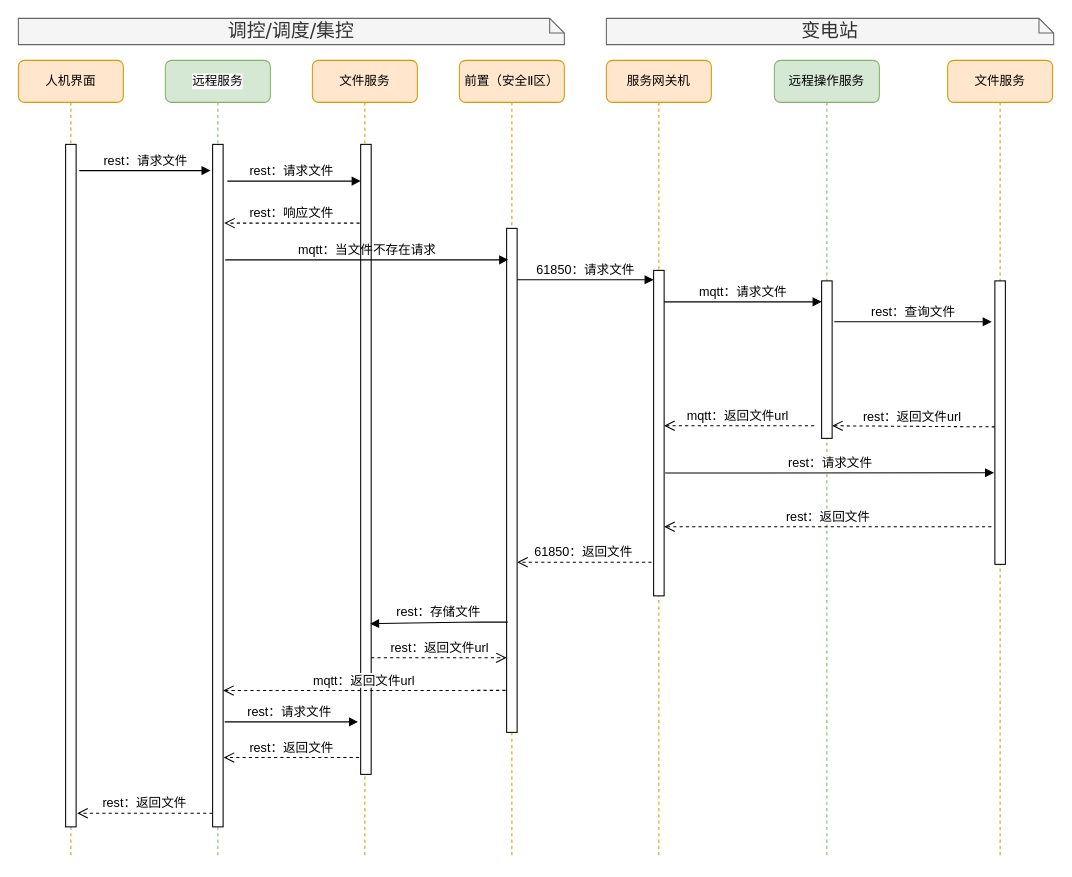
This is page "文件调阅" (3 of 3) of 远程服务.drawio from qwe995272801/taowenxiang, a draw.io file, before an edit. Source tidied: cells renumbered, new cells numbered last; positions are measured from the earlier drawing's top-left corner, leaving out a move shared by most shapes. Both pictures are drawn from the tidied source at 105%, with x=0, y=0 at pixel (18, 18).
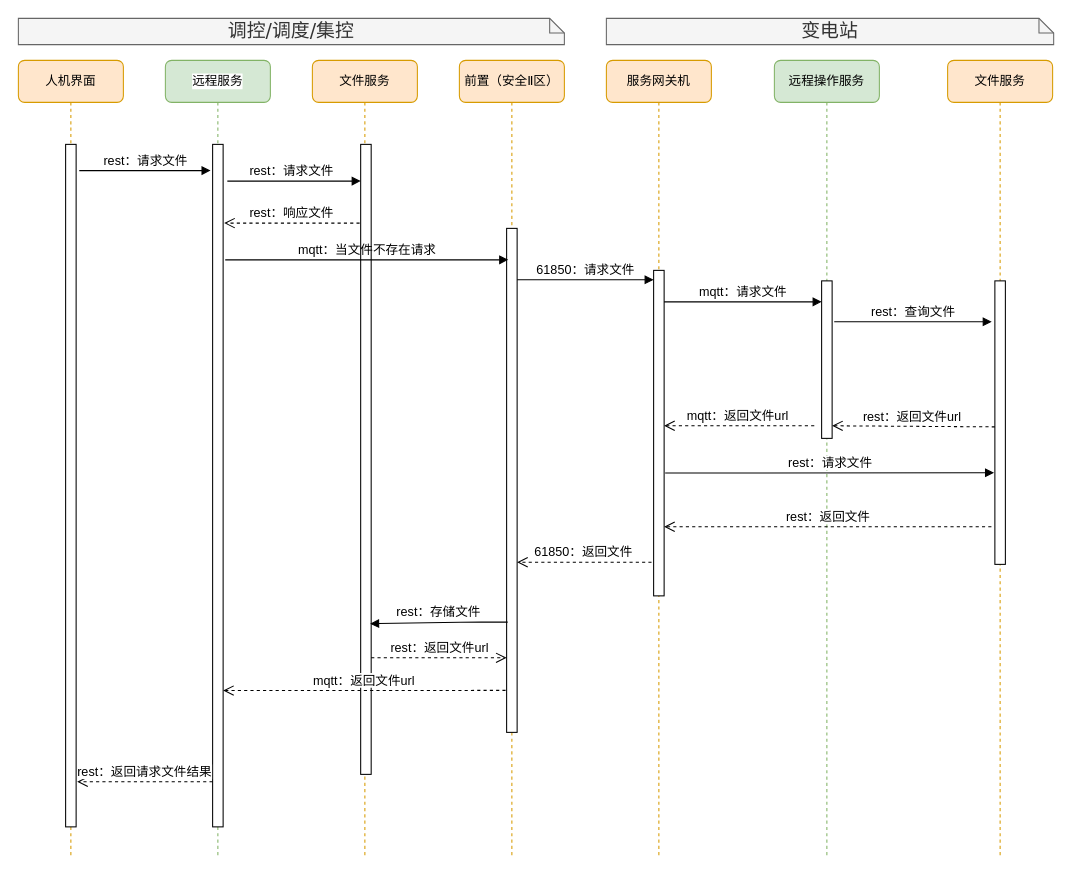
After the change.

The change refers to these unchanged cells:
```xml
<mxCell id="3" style="html=1;points=[];perimeter=orthogonalPerimeter;rounded=0;shadow=0;comic=0;labelBackgroundColor=none;strokeWidth=1;fontFamily=Helvetica;fontSize=12;align=center;" parent="2" vertex="1">
  <mxGeometry x="45" y="80" width="10" height="650" as="geometry" />
</mxCell>
<mxCell id="12" style="html=1;points=[];perimeter=orthogonalPerimeter;rounded=0;shadow=0;comic=0;labelBackgroundColor=none;strokeWidth=1;fontFamily=Helvetica;fontSize=12;align=center;" parent="11" vertex="1">
  <mxGeometry x="45" y="80" width="10" height="650" as="geometry" />
</mxCell>
```

Diff of the diagram source:
```diff
@@
-    <mxCell id="26" value="rest：返回文件" style="html=1;verticalAlign=bottom;endArrow=open;dashed=1;endSize=8;fontFamily=Helvetica;entryX=1.1;entryY=0.98;entryDx=0;entryDy=0;entryPerimeter=0;fontSize=12;" parent="1" edge="1" source="3" target="12">
-      <mxGeometry relative="1" as="geometry" />
+    <mxCell id="26" value="rest：返回请求文件结果" style="html=1;verticalAlign=bottom;endArrow=open;dashed=1;endSize=8;fontFamily=Helvetica;entryX=1.1;entryY=0.98;entryDx=0;entryDy=0;entryPerimeter=0;fontSize=12;" parent="1" edge="1">
+      <mxGeometry relative="1" as="geometry">
+        <mxPoint x="185" y="727" as="sourcePoint" />
+        <mxPoint x="56" y="727" as="targetPoint" />
+      </mxGeometry>
     </mxCell>
@@
-    <mxCell id="32" value="rest：请求文件" style="html=1;verticalAlign=bottom;endArrow=block;fontFamily=Helvetica;exitX=1.3;exitY=0.25;exitDx=0;exitDy=0;exitPerimeter=0;fontSize=12;" parent="1" edge="1">
-      <mxGeometry x="-0.04" relative="1" as="geometry">
-        <mxPoint x="196.5" y="670" as="sourcePoint" />
-        <mxPoint x="323.5" y="670" as="targetPoint" />
-      </mxGeometry>
-    </mxCell>
-    <mxCell id="33" value="rest：返回文件" style="html=1;verticalAlign=bottom;endArrow=open;dashed=1;endSize=8;fontFamily=Helvetica;entryX=-0.1;entryY=0.2;entryDx=0;entryDy=0;entryPerimeter=0;fontSize=12;" parent="1" edge="1">
-      <mxGeometry x="0.01" relative="1" as="geometry">
-        <mxPoint x="324.5" y="704" as="sourcePoint" />
-        <mxPoint x="195.5" y="704" as="targetPoint" />
-      </mxGeometry>
-    </mxCell>
```
